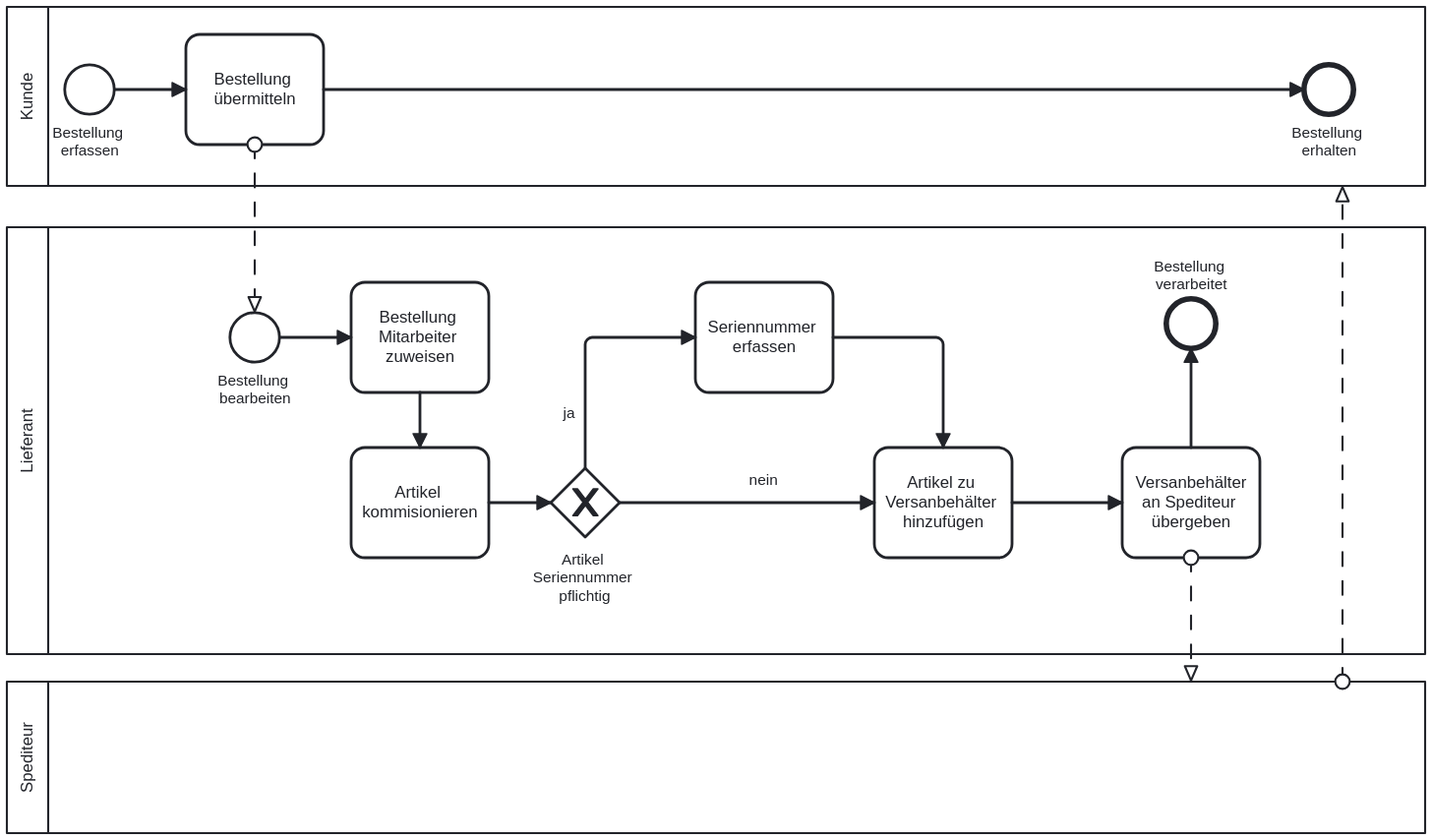
Earlier version of the BPMN export bpmn/example_diagram.svg (blro-ep/ITCNE23-SEM-III). Its source is kept beside it as bpmn/example_diagram.bpmn. Ids are renumbered.
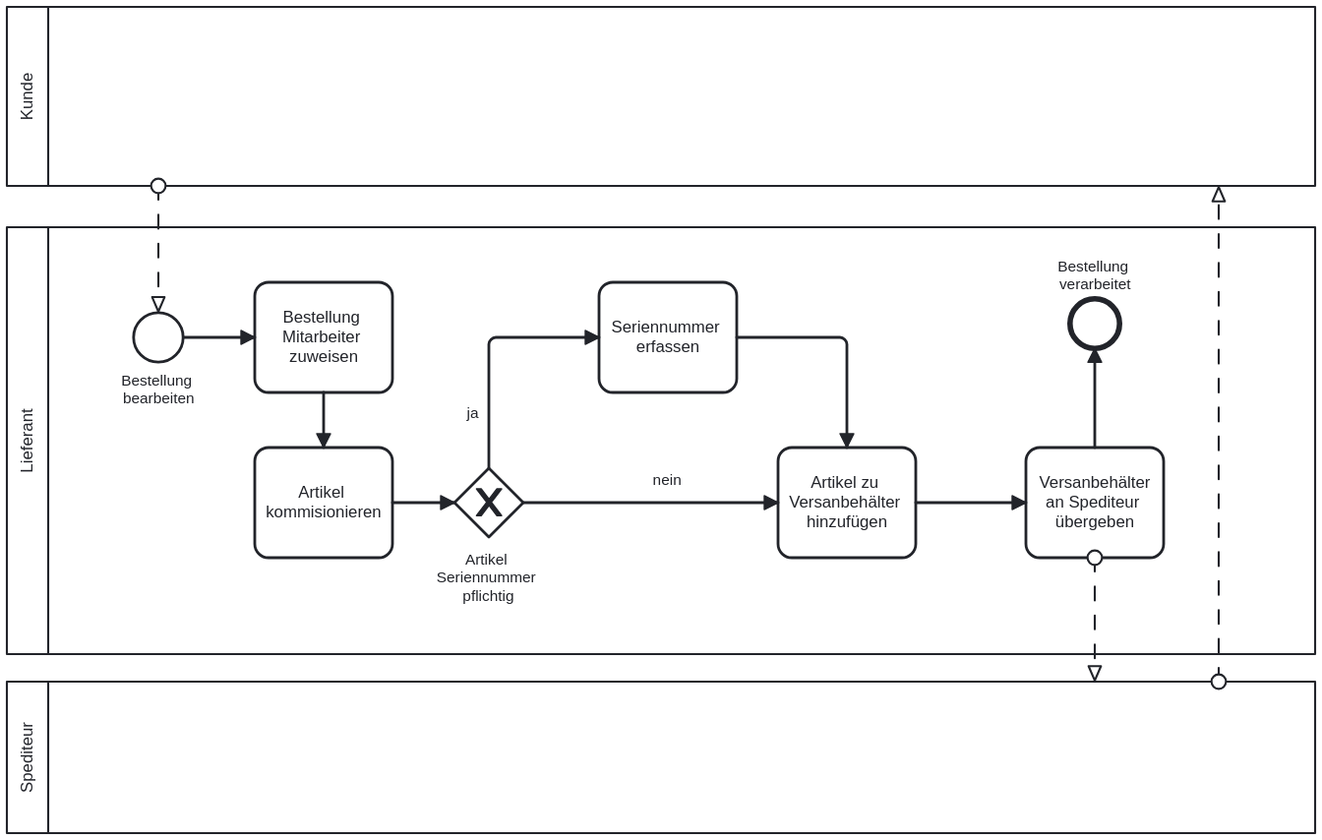
The same file after the commit.

Change to the diagram source:
```diff
@@ -3,24 +3,11 @@
     <participant id="Participant_n2" name="Kunde" processRef="Process_1" />
     <participant id="Participant_n3" name="Lieferant" processRef="Process_n4" />
     <participant id="Participant_n5" name="Spediteur" processRef="Process_n6" />
-    <messageFlow id="Flow_n7" sourceRef="Activity_n8" targetRef="Event_n9" />
     <messageFlow id="Flow_n10" sourceRef="Activity_n11" targetRef="Participant_n5" />
     <messageFlow id="Flow_n12" sourceRef="Participant_n5" targetRef="Participant_n2" />
+    <messageFlow id="Flow_n31" sourceRef="Participant_n2" targetRef="Event_n9" />
   </collaboration>
-  <process id="Process_1" isExecutable="false">
-    <startEvent id="Event_n13" name="Bestellung erfassen">
-      <outgoing>Flow_n14</outgoing>
-    </startEvent>
-    <task id="Activity_n8" name="Bestellung übermitteln">
-      <incoming>Flow_n14</incoming>
-      <outgoing>Flow_n15</outgoing>
-    </task>
-    <sequenceFlow id="Flow_n14" sourceRef="Event_n13" targetRef="Activity_n8" />
-    <sequenceFlow id="Flow_n15" sourceRef="Activity_n8" targetRef="Event_n16" />
-    <endEvent id="Event_n16" name="Bestellung erhalten">
-      <incoming>Flow_n15</incoming>
-    </endEvent>
-  </process>
+  <process id="Process_1" isExecutable="false" />
   <process id="Process_n4">
     <startEvent id="Event_n9" name="Bestellung bearbeiten">
       <outgoing>Flow_n17</outgoing>
@@ -51,6 +38,9 @@
       <incoming>Flow_n27</incoming>
       <outgoing>Flow_n24</outgoing>
     </task>
+    <endEvent id="Event_n30" name="Bestellung verarbeitet">
+      <incoming>Flow_n28</incoming>
+    </endEvent>
     <sequenceFlow id="Flow_n17" sourceRef="Event_n9" targetRef="Activity_n18" />
     <sequenceFlow id="Flow_n19" sourceRef="Activity_n18" targetRef="Activity_n20" />
     <sequenceFlow id="Flow_n21" sourceRef="Activity_n20" targetRef="Gateway_n26" />
@@ -59,138 +49,111 @@
     <sequenceFlow id="Flow_n25" sourceRef="Activity_n22" targetRef="Activity_n11" />
     <sequenceFlow id="Flow_n27" name="ja" sourceRef="Gateway_n26" targetRef="Activity_n29" />
     <sequenceFlow id="Flow_n28" sourceRef="Activity_n11" targetRef="Event_n30" />
-    <endEvent id="Event_n30" name="Bestellung verarbeitet">
-      <incoming>Flow_n28</incoming>
-    </endEvent>
   </process>
   <process id="Process_n6" />
   <bpmndi:BPMNDiagram id="BpmnDiagram_1">
     <bpmndi:BPMNPlane id="BpmnPlane_1" bpmnElement="Collaboration_n1">
       <bpmndi:BPMNShape id="Participant_n2_di" bpmnElement="Participant_n2" isHorizontal="true">
-        <omgdc:Bounds x="130" y="80" width="1030" height="130" />
+        <omgdc:Bounds x="130" y="80" width="950" height="130" />
         <bpmndi:BPMNLabel />
       </bpmndi:BPMNShape>
-      <bpmndi:BPMNShape id="Event_n13_di" bpmnElement="Event_n13">
-        <omgdc:Bounds x="172" y="122" width="36" height="36" />
-        <bpmndi:BPMNLabel>
-          <omgdc:Bounds x="163" y="165" width="55" height="27" />
-        </bpmndi:BPMNLabel>
-      </bpmndi:BPMNShape>
-      <bpmndi:BPMNShape id="Activity_n8_di" bpmnElement="Activity_n8">
-        <omgdc:Bounds x="260" y="100" width="100" height="80" />
-        <bpmndi:BPMNLabel />
-      </bpmndi:BPMNShape>
-      <bpmndi:BPMNShape id="Event_n16_di" bpmnElement="Event_n16">
-        <omgdc:Bounds x="1072" y="122" width="36" height="36" />
-        <bpmndi:BPMNLabel>
-          <omgdc:Bounds x="1063" y="165" width="55" height="27" />
-        </bpmndi:BPMNLabel>
-      </bpmndi:BPMNShape>
-      <bpmndi:BPMNEdge id="Flow_n14_di" bpmnElement="Flow_n14">
-        <omgdi:waypoint x="208" y="140" />
-        <omgdi:waypoint x="260" y="140" />
-      </bpmndi:BPMNEdge>
-      <bpmndi:BPMNEdge id="Flow_n15_di" bpmnElement="Flow_n15">
-        <omgdi:waypoint x="360" y="140" />
-        <omgdi:waypoint x="1072" y="140" />
-      </bpmndi:BPMNEdge>
       <bpmndi:BPMNShape id="Participant_n3_di" bpmnElement="Participant_n3" isHorizontal="true">
-        <omgdc:Bounds x="130" y="240" width="1030" height="310" />
+        <omgdc:Bounds x="130" y="240" width="950" height="310" />
         <bpmndi:BPMNLabel />
       </bpmndi:BPMNShape>
       <bpmndi:BPMNShape id="Event_n9_di" bpmnElement="Event_n9">
-        <omgdc:Bounds x="292" y="302" width="36" height="36" />
+        <omgdc:Bounds x="222" y="302" width="36" height="36" />
         <bpmndi:BPMNLabel>
-          <omgdc:Bounds x="283" y="345" width="55" height="27" />
+          <omgdc:Bounds x="213" y="345" width="55" height="27" />
         </bpmndi:BPMNLabel>
       </bpmndi:BPMNShape>
       <bpmndi:BPMNShape id="Activity_n18_di" bpmnElement="Activity_n18">
-        <omgdc:Bounds x="380" y="280" width="100" height="80" />
+        <omgdc:Bounds x="310" y="280" width="100" height="80" />
         <bpmndi:BPMNLabel />
       </bpmndi:BPMNShape>
       <bpmndi:BPMNShape id="Activity_n20_di" bpmnElement="Activity_n20">
-        <omgdc:Bounds x="380" y="400" width="100" height="80" />
+        <omgdc:Bounds x="310" y="400" width="100" height="80" />
         <bpmndi:BPMNLabel />
       </bpmndi:BPMNShape>
       <bpmndi:BPMNShape id="Activity_n22_di" bpmnElement="Activity_n22">
-        <omgdc:Bounds x="760" y="400" width="100" height="80" />
+        <omgdc:Bounds x="690" y="400" width="100" height="80" />
         <bpmndi:BPMNLabel />
       </bpmndi:BPMNShape>
       <bpmndi:BPMNShape id="Gateway_n26_di" bpmnElement="Gateway_n26" isMarkerVisible="true">
-        <omgdc:Bounds x="525" y="415" width="50" height="50" />
+        <omgdc:Bounds x="455" y="415" width="50" height="50" />
         <bpmndi:BPMNLabel>
-          <omgdc:Bounds x="512" y="475" width="76" height="40" />
+          <omgdc:Bounds x="442" y="475" width="76" height="40" />
         </bpmndi:BPMNLabel>
       </bpmndi:BPMNShape>
       <bpmndi:BPMNShape id="Activity_n11_di" bpmnElement="Activity_n11">
-        <omgdc:Bounds x="940" y="400" width="100" height="80" />
+        <omgdc:Bounds x="870" y="400" width="100" height="80" />
         <bpmndi:BPMNLabel />
       </bpmndi:BPMNShape>
       <bpmndi:BPMNShape id="Activity_n29_di" bpmnElement="Activity_n29">
-        <omgdc:Bounds x="630" y="280" width="100" height="80" />
+        <omgdc:Bounds x="560" y="280" width="100" height="80" />
         <bpmndi:BPMNLabel />
       </bpmndi:BPMNShape>
       <bpmndi:BPMNShape id="Event_n30_di" bpmnElement="Event_n30">
-        <omgdc:Bounds x="972" y="292" width="36" height="36" />
+        <omgdc:Bounds x="902" y="292" width="36" height="36" />
         <bpmndi:BPMNLabel>
-          <omgdc:Bounds x="963" y="262" width="55" height="27" />
+          <omgdc:Bounds x="893" y="262" width="55" height="27" />
         </bpmndi:BPMNLabel>
       </bpmndi:BPMNShape>
       <bpmndi:BPMNEdge id="Flow_n17_di" bpmnElement="Flow_n17">
-        <omgdi:waypoint x="328" y="320" />
-        <omgdi:waypoint x="380" y="320" />
+        <omgdi:waypoint x="258" y="320" />
+        <omgdi:waypoint x="310" y="320" />
       </bpmndi:BPMNEdge>
       <bpmndi:BPMNEdge id="Flow_n19_di" bpmnElement="Flow_n19">
-        <omgdi:waypoint x="430" y="360" />
-        <omgdi:waypoint x="430" y="400" />
+        <omgdi:waypoint x="360" y="360" />
+        <omgdi:waypoint x="360" y="400" />
       </bpmndi:BPMNEdge>
       <bpmndi:BPMNEdge id="Flow_n21_di" bpmnElement="Flow_n21">
-        <omgdi:waypoint x="480" y="440" />
-        <omgdi:waypoint x="525" y="440" />
+        <omgdi:waypoint x="410" y="440" />
+        <omgdi:waypoint x="455" y="440" />
       </bpmndi:BPMNEdge>
       <bpmndi:BPMNEdge id="Flow_n23_di" bpmnElement="Flow_n23">
-        <omgdi:waypoint x="575" y="440" />
-        <omgdi:waypoint x="760" y="440" />
+        <omgdi:waypoint x="505" y="440" />
+        <omgdi:waypoint x="690" y="440" />
         <bpmndi:BPMNLabel>
-          <omgdc:Bounds x="669" y="417" width="21" height="14" />
+          <omgdc:Bounds x="599" y="417" width="21" height="14" />
         </bpmndi:BPMNLabel>
       </bpmndi:BPMNEdge>
       <bpmndi:BPMNEdge id="Flow_n24_di" bpmnElement="Flow_n24">
-        <omgdi:waypoint x="730" y="320" />
-        <omgdi:waypoint x="810" y="320" />
-        <omgdi:waypoint x="810" y="400" />
+        <omgdi:waypoint x="660" y="320" />
+        <omgdi:waypoint x="740" y="320" />
+        <omgdi:waypoint x="740" y="400" />
       </bpmndi:BPMNEdge>
       <bpmndi:BPMNEdge id="Flow_n25_di" bpmnElement="Flow_n25">
-        <omgdi:waypoint x="860" y="440" />
-        <omgdi:waypoint x="940" y="440" />
+        <omgdi:waypoint x="790" y="440" />
+        <omgdi:waypoint x="870" y="440" />
       </bpmndi:BPMNEdge>
       <bpmndi:BPMNEdge id="Flow_n27_di" bpmnElement="Flow_n27">
-        <omgdi:waypoint x="550" y="415" />
-        <omgdi:waypoint x="550" y="320" />
-        <omgdi:waypoint x="630" y="320" />
+        <omgdi:waypoint x="480" y="415" />
+        <omgdi:waypoint x="480" y="320" />
+        <omgdi:waypoint x="560" y="320" />
         <bpmndi:BPMNLabel>
-          <omgdc:Bounds x="534" y="369" width="9" height="14" />
+          <omgdc:Bounds x="464" y="369" width="9" height="14" />
         </bpmndi:BPMNLabel>
       </bpmndi:BPMNEdge>
       <bpmndi:BPMNEdge id="Flow_n28_di" bpmnElement="Flow_n28">
-        <omgdi:waypoint x="990" y="400" />
-        <omgdi:waypoint x="990" y="328" />
+        <omgdi:waypoint x="920" y="400" />
+        <omgdi:waypoint x="920" y="328" />
       </bpmndi:BPMNEdge>
       <bpmndi:BPMNShape id="Participant_n5_di" bpmnElement="Participant_n5" isHorizontal="true">
-        <omgdc:Bounds x="130" y="570" width="1030" height="110" />
+        <omgdc:Bounds x="130" y="570" width="950" height="110" />
         <bpmndi:BPMNLabel />
       </bpmndi:BPMNShape>
-      <bpmndi:BPMNEdge id="Flow_n7_di" bpmnElement="Flow_n7">
-        <omgdi:waypoint x="310" y="180" />
-        <omgdi:waypoint x="310" y="302" />
-      </bpmndi:BPMNEdge>
       <bpmndi:BPMNEdge id="Flow_n10_di" bpmnElement="Flow_n10">
-        <omgdi:waypoint x="990" y="480" />
-        <omgdi:waypoint x="990" y="570" />
+        <omgdi:waypoint x="920" y="480" />
+        <omgdi:waypoint x="920" y="570" />
       </bpmndi:BPMNEdge>
       <bpmndi:BPMNEdge id="Flow_n12_di" bpmnElement="Flow_n12">
-        <omgdi:waypoint x="1100" y="570" />
-        <omgdi:waypoint x="1100" y="210" />
+        <omgdi:waypoint x="1010" y="570" />
+        <omgdi:waypoint x="1010" y="210" />
+      </bpmndi:BPMNEdge>
+      <bpmndi:BPMNEdge id="Flow_n31_di" bpmnElement="Flow_n31">
+        <omgdi:waypoint x="240" y="210" />
+        <omgdi:waypoint x="240" y="302" />
       </bpmndi:BPMNEdge>
     </bpmndi:BPMNPlane>
   </bpmndi:BPMNDiagram>
```
